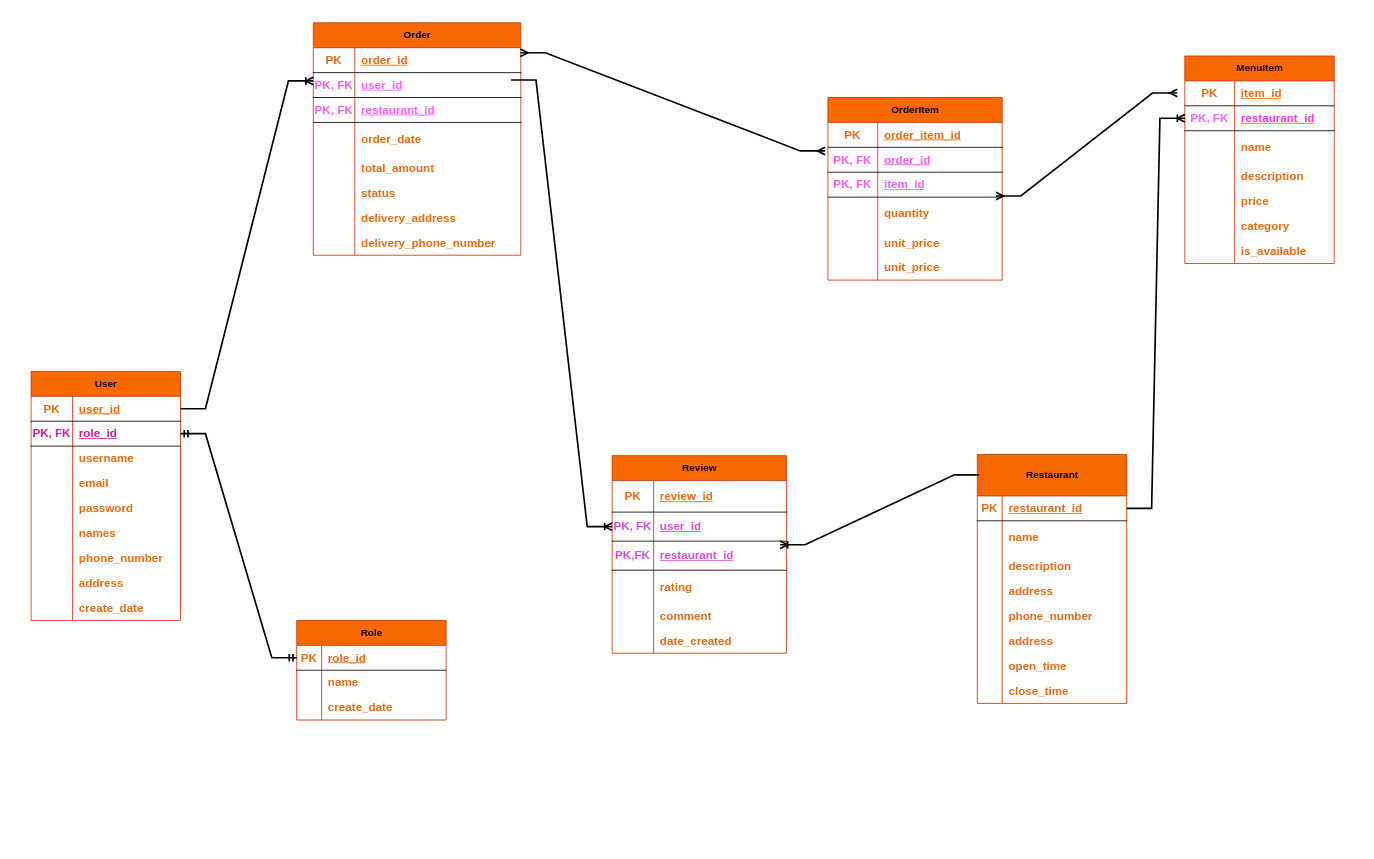
The draw.io diagram FoodDeliveryDatabase.drawio in dabiko/draw-io, before the edit. Source tidied: cells renumbered, new cells numbered last; positions are measured from the earlier drawing's top-left corner, leaving out a move shared by most shapes. Both pictures are drawn from the tidied source at 83%, with x=0, y=0 at pixel (31, 14).
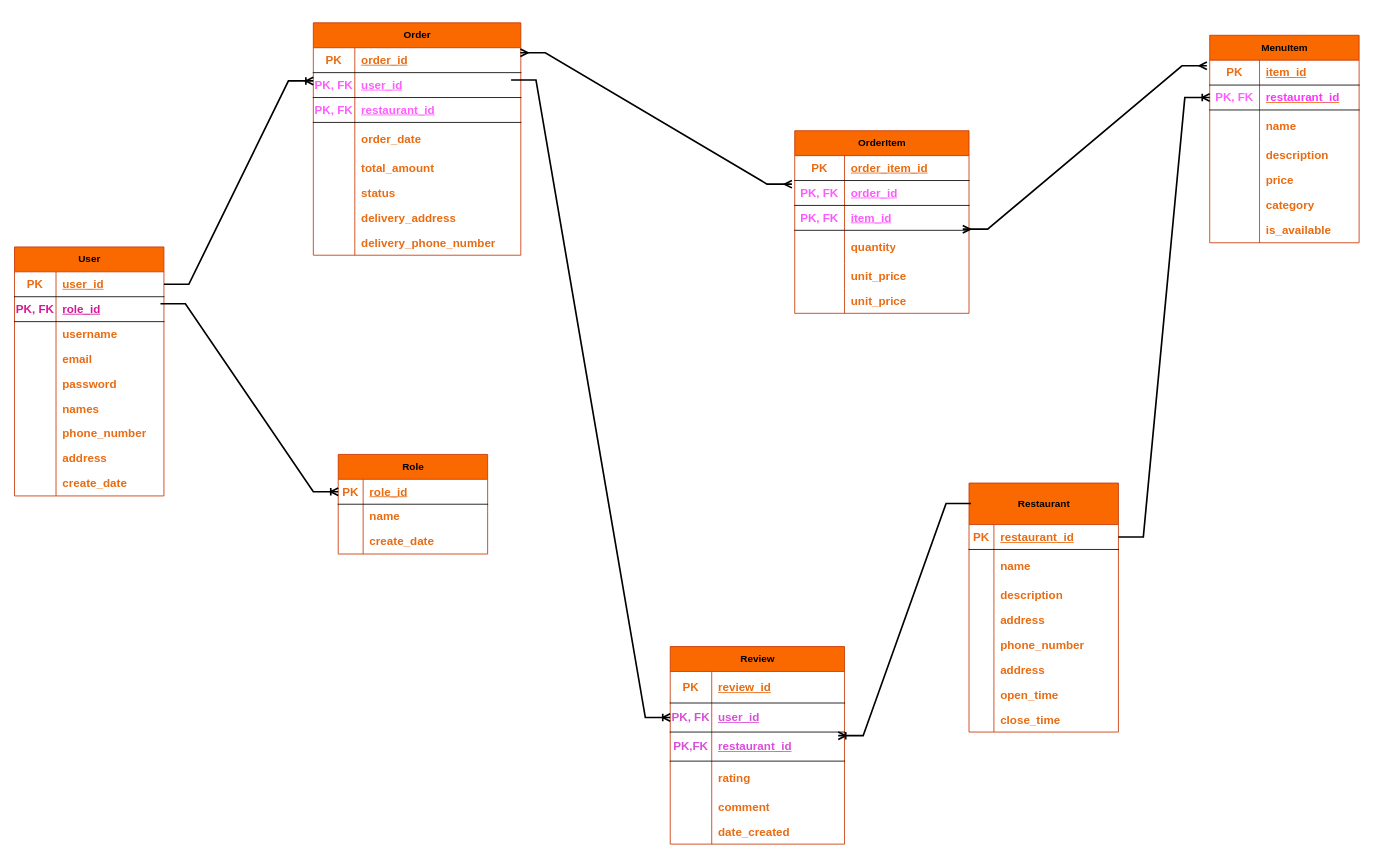
Above is the later version.

The change refers to these unchanged cells:
```xml
<mxCell id="6" style="shape=tableRow;horizontal=0;startSize=0;swimlaneHead=0;swimlaneBody=0;fillColor=none;points=[[0,0.5],[1,0.5]];portConstraint=eastwest;top=0;left=0;right=0;bottom=1;" parent="2" vertex="1">
  <mxGeometry y="60" width="180" height="30" as="geometry" />
</mxCell>
<mxCell id="57" style="shape=tableRow;horizontal=0;startSize=0;swimlaneHead=0;swimlaneBody=0;fillColor=none;points=[[0,0.5],[1,0.5]];portConstraint=eastwest;top=0;left=0;right=0;bottom=1;" parent="56" vertex="1">
  <mxGeometry y="30" width="180" height="30" as="geometry" />
</mxCell>
<mxCell id="86" style="shape=tableRow;horizontal=0;startSize=0;swimlaneHead=0;swimlaneBody=0;fillColor=none;points=[[0,0.5],[1,0.5]];portConstraint=eastwest;top=0;left=0;right=0;bottom=1;" parent="79" vertex="1">
  <mxGeometry y="90" width="210" height="30" as="geometry" />
</mxCell>
<mxCell id="146" style="shape=tableRow;horizontal=0;startSize=0;swimlaneHead=0;swimlaneBody=0;fillColor=none;points=[[0,0.5],[1,0.5]];portConstraint=eastwest;top=0;left=0;right=0;bottom=1;" parent="145" vertex="1">
  <mxGeometry y="30" width="180" height="30" as="geometry" />
</mxCell>
```

Change to the diagram source:
```diff
@@
     <mxCell id="2" value="User" style="shape=table;startSize=30;childLayout=tableLayout;rowLines=0;fontStyle=1;align=center;html=1;fillColor=#fa6800;strokeColor=#C73500;fontColor=#000000;" parent="1" vertex="1">
-      <mxGeometry y="430" width="180" height="300" as="geometry" />
+      <mxGeometry x="-20" y="280" width="180" height="300" as="geometry" />
     </mxCell>
@@
     <mxCell id="30" value="Restaurant" style="shape=table;startSize=50;childLayout=tableLayout;rowLines=0;fontStyle=1;align=center;html=1;fillColor=#fa6800;strokeColor=#C73500;fontColor=#000000;" parent="1" vertex="1">
-      <mxGeometry x="1140" y="530" width="180" height="300" as="geometry" />
+      <mxGeometry x="1130" y="564.5" width="180" height="300" as="geometry" />
     </mxCell>
@@
     <mxCell id="55" style="group;" parent="1" vertex="1">
-      <mxGeometry x="1390" y="50" width="180" height="260" as="geometry" />
+      <mxGeometry x="1420" y="25" width="180" height="260" as="geometry" />
     </mxCell>
@@
     <mxCell id="78" style="group;" parent="1" vertex="1">
-      <mxGeometry x="960" y="100" width="210" height="210" as="geometry" />
+      <mxGeometry x="920" y="140" width="210" height="210" as="geometry" />
     </mxCell>
@@
     <mxCell id="124" style="group;" parent="1" vertex="1">
-      <mxGeometry x="700" y="530" width="280" height="241" as="geometry" />
+      <mxGeometry x="770" y="760" width="280" height="241" as="geometry" />
     </mxCell>
@@
     <mxCell id="145" value="Role" style="shape=table;startSize=30;childLayout=tableLayout;rowLines=0;fontStyle=1;align=center;html=1;fillColor=#fa6800;strokeColor=#C73500;fontColor=#000000;" parent="1" vertex="1">
-      <mxGeometry x="320" y="730" width="180" height="120" as="geometry" />
+      <mxGeometry x="370" y="530" width="180" height="120" as="geometry" />
     </mxCell>
@@
-    <mxCell id="156" style="edgeStyle=entityRelationEdgeStyle;fontSize=12;html=1;endArrow=ERmandOne;startArrow=ERmandOne;rounded=0;exitX=1;exitY=0.5;exitDx=0;exitDy=0;entryX=0;entryY=0.5;entryDx=0;entryDy=0;strokeWidth=2;" parent="1" edge="1" source="6" target="146">
-      <mxGeometry relative="1" as="geometry" />
-    </mxCell>
@@
-    <mxCell id="159" style="edgeStyle=entityRelationEdgeStyle;fontSize=12;html=1;endArrow=ERmany;startArrow=ERmany;rounded=0;strokeWidth=2;exitX=0.964;exitY=0.955;exitDx=0;exitDy=0;exitPerimeter=0;entryX=-0.05;entryY=0.486;entryDx=0;entryDy=0;entryPerimeter=0;" parent="1" edge="1" source="86" target="57">
+    <mxCell id="159" style="edgeStyle=entityRelationEdgeStyle;fontSize=12;html=1;endArrow=ERmany;startArrow=ERmany;rounded=0;strokeWidth=2;exitX=0.964;exitY=0.955;exitDx=0;exitDy=0;exitPerimeter=0;entryX=-0.019;entryY=0.224;entryDx=0;entryDy=0;entryPerimeter=0;" parent="1" edge="1" source="86" target="57">
       <mxGeometry relative="1" as="geometry">
         <Array as="points">
           <mxPoint x="1260" y="750" />
           <mxPoint x="1673" y="470" />
         </Array>
       </mxGeometry>
     </mxCell>
@@
+    <mxCell id="156" style="edgeStyle=entityRelationEdgeStyle;fontSize=12;html=1;endArrow=ERoneToMany;rounded=0;strokeWidth=2;exitX=0.977;exitY=0.282;exitDx=0;exitDy=0;exitPerimeter=0;" parent="1" edge="1" source="6" target="146">
+      <mxGeometry relative="1" as="geometry" />
+    </mxCell>
```
